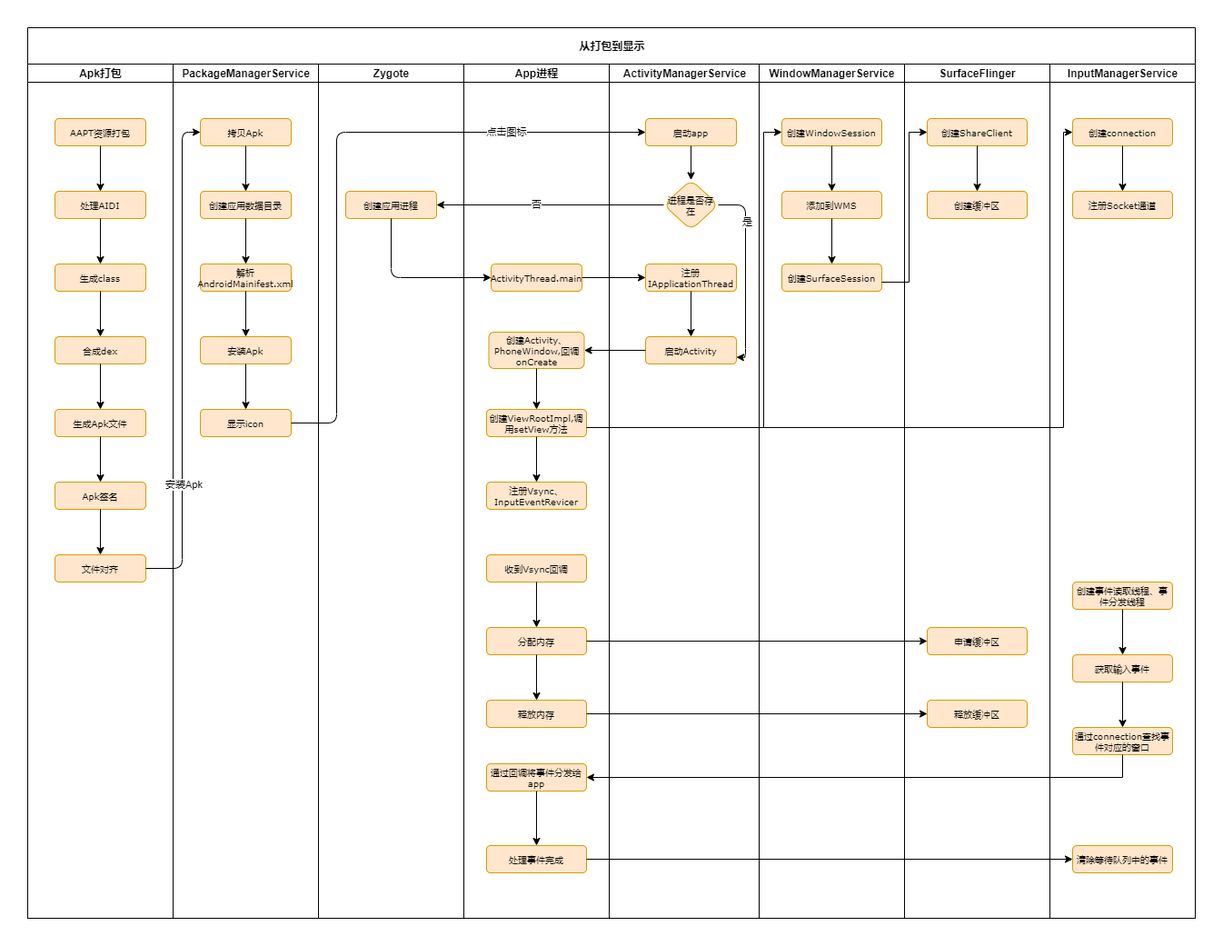
Idtk/AndroidNote keeps this draw.io diagram as android/img/App从打包到显示流程.png. Above is the earlier version. Source tidied: cells renumbered, new cells last; positions are measured from the earlier drawing's top-left corner, leaving out a move shared by most shapes.
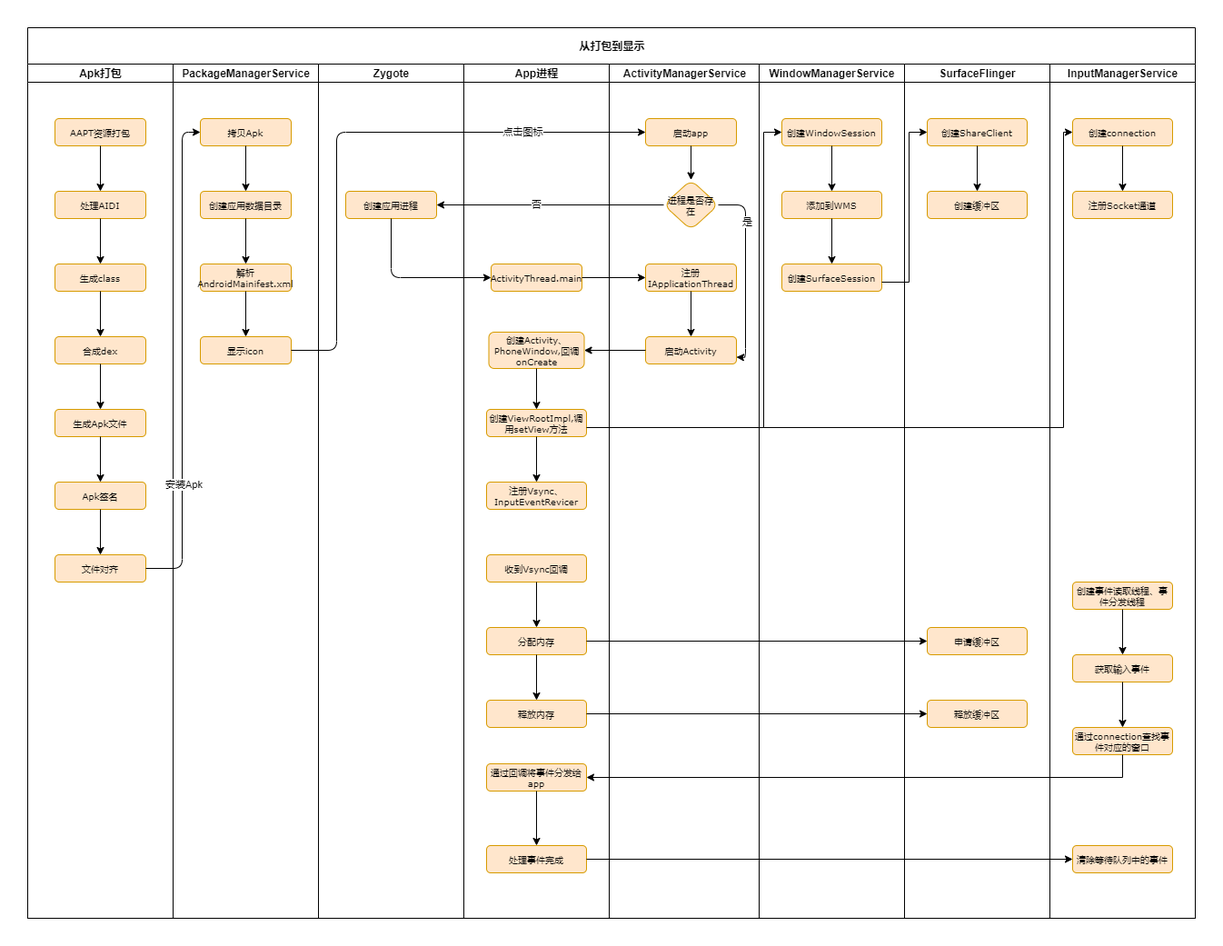
The same file after the commit.

Commit message:
打包到显示-修改1

The edit, as a diff of the source:
```diff
@@ -59,18 +59,14 @@
     <mxCell id="20" style="edgeStyle=orthogonalEdgeStyle;rounded=0;jettySize=auto;html=1;fontSize=12;fontColor=#000000;" parent="15" edge="1" source="17" target="19">
       <mxGeometry relative="1" as="geometry" />
     </mxCell>
-    <mxCell id="21" value="安装Apk" style="rounded=1;whiteSpace=wrap;html=1;shadow=0;labelBackgroundColor=none;strokeWidth=1;fontFamily=Verdana;fontSize=10;align=center;labelBorderColor=none;fillColor=#ffe6cc;strokeColor=#d79b00;" parent="15" vertex="1">
-      <mxGeometry x="30" y="300" width="100" height="30" as="geometry" />
-    </mxCell>
-    <mxCell id="22" style="edgeStyle=orthogonalEdgeStyle;rounded=0;jettySize=auto;html=1;fontSize=12;fontColor=#000000;" parent="15" edge="1" source="19" target="21">
-      <mxGeometry relative="1" as="geometry" />
+    <mxCell id="22" style="edgeStyle=orthogonalEdgeStyle;rounded=0;jettySize=auto;html=1;fontSize=12;fontColor=#000000;" parent="15" edge="1" source="19">
+      <mxGeometry relative="1" as="geometry">
+        <mxPoint x="80" y="300" as="targetPoint" />
+      </mxGeometry>
     </mxCell>
     <mxCell id="23" value="显示icon" style="rounded=1;whiteSpace=wrap;html=1;shadow=0;labelBackgroundColor=none;strokeWidth=1;fontFamily=Verdana;fontSize=10;align=center;labelBorderColor=none;fillColor=#ffe6cc;strokeColor=#d79b00;" parent="15" vertex="1">
-      <mxGeometry x="30" y="380" width="100" height="30" as="geometry" />
+      <mxGeometry x="30" y="300" width="100" height="30" as="geometry" />
     </mxCell>
-    <mxCell id="24" style="edgeStyle=orthogonalEdgeStyle;rounded=0;jettySize=auto;html=1;" parent="15" edge="1" source="21" target="23">
-      <mxGeometry relative="1" as="geometry" />
-    </mxCell>
     <mxCell id="25" value="Zygote" style="swimlane;html=1;startSize=20;" parent="2" vertex="1">
       <mxGeometry x="320" y="40" width="160" height="940" as="geometry" />
     </mxCell>
@@ -229,7 +225,7 @@
     <mxCell id="75" style="endArrow=classic;html=1;exitX=1;exitY=0.5;exitDx=0;exitDy=0;entryX=0;entryY=0.5;entryDx=0;entryDy=0;" parent="2" edge="1" source="23" target="43">
       <mxGeometry relative="1" as="geometry">
         <Array as="points">
-          <mxPoint x="340" y="435" />
+          <mxPoint x="340" y="355" />
           <mxPoint x="340" y="115" />
         </Array>
       </mxGeometry>
```
